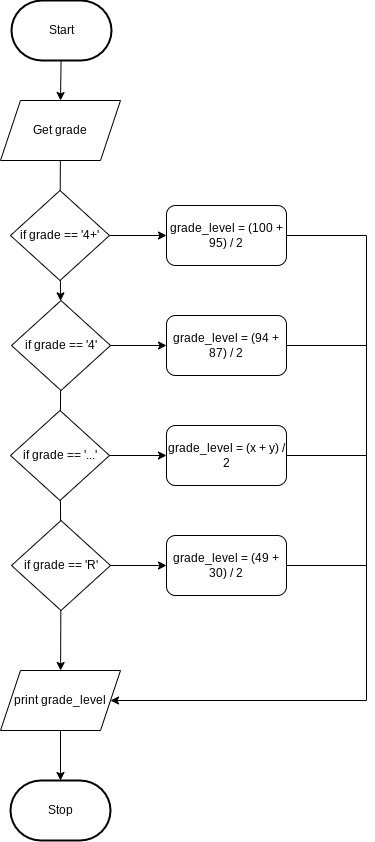
Before: Drawio/FlowChart.png, a diagram exported from draw.io (JacksonNaufal/ICS3U-Unit5-04-Python). Source tidied: cells renumbered, new cells last; positions are measured from the earlier drawing's top-left corner, leaving out a move shared by most shapes.
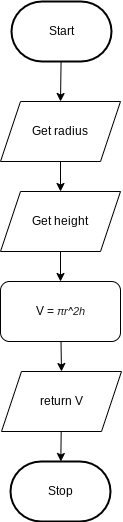
The same diagram one commit later.

Change to the diagram source:
```diff
@@ -9,90 +9,31 @@
       <mxGeometry x="11" width="100" height="60" as="geometry" />
     </mxCell>
     <mxCell id="4" value="Stop" style="strokeWidth=2;html=1;shape=mxgraph.flowchart.terminator;whiteSpace=wrap;rounded=1;" parent="1" vertex="1">
-      <mxGeometry x="10" y="780" width="100" height="60" as="geometry" />
+      <mxGeometry x="10" y="460" width="100" height="60" as="geometry" />
     </mxCell>
     <mxCell id="5" style="edgeStyle=none;html=1;startArrow=none;" parent="1" edge="1" source="6" target="4">
       <mxGeometry relative="1" as="geometry" />
     </mxCell>
-    <mxCell id="6" value="&lt;font style=&quot;font-size: 12px&quot;&gt;print grade_level&lt;/font&gt;" style="shape=parallelogram;perimeter=parallelogramPerimeter;whiteSpace=wrap;html=1;fixedSize=1;fontSize=8;" parent="1" vertex="1">
-      <mxGeometry y="670" width="120" height="60" as="geometry" />
+    <mxCell id="6" value="&lt;font style=&quot;font-size: 12px&quot;&gt;return V&lt;/font&gt;" style="shape=parallelogram;perimeter=parallelogramPerimeter;whiteSpace=wrap;html=1;fixedSize=1;fontSize=8;" parent="1" vertex="1">
+      <mxGeometry x="1" y="370" width="120" height="60" as="geometry" />
     </mxCell>
+    <mxCell id="29" style="edgeStyle=none;html=1;fontFamily=Helvetica;fontSize=11;" parent="1" edge="1" source="7" target="31">
+      <mxGeometry relative="1" as="geometry" />
+    </mxCell>
-    <mxCell id="7" value="Get grade" style="shape=parallelogram;perimeter=parallelogramPerimeter;whiteSpace=wrap;html=1;fixedSize=1;" parent="1" vertex="1">
+    <mxCell id="7" value="Get radius" style="shape=parallelogram;perimeter=parallelogramPerimeter;whiteSpace=wrap;html=1;fixedSize=1;" parent="1" vertex="1">
       <mxGeometry y="100" width="120" height="60" as="geometry" />
     </mxCell>
-    <mxCell id="8" style="edgeStyle=none;html=1;" parent="1" edge="1" source="10" target="14">
-      <mxGeometry relative="1" as="geometry" />
-    </mxCell>
-    <mxCell id="9" style="edgeStyle=none;html=1;" parent="1" edge="1" source="10" target="21">
-      <mxGeometry relative="1" as="geometry" />
-    </mxCell>
-    <mxCell id="10" value="if grade == '4+'" style="rhombus;whiteSpace=wrap;html=1;" parent="1" vertex="1">
-      <mxGeometry x="10" y="190" width="99" height="90" as="geometry" />
-    </mxCell>
-    <mxCell id="11" style="edgeStyle=none;html=1;endArrow=none;" parent="1" edge="1" source="7" target="10">
-      <mxGeometry relative="1" as="geometry" />
-    </mxCell>
-    <mxCell id="12" style="edgeStyle=none;html=1;" parent="1" edge="1" source="14" target="23">
-      <mxGeometry relative="1" as="geometry" />
-    </mxCell>
-    <mxCell id="13" style="edgeStyle=none;rounded=0;html=1;endArrow=none;endFill=0;" parent="1" edge="1" source="14" target="20">
-      <mxGeometry relative="1" as="geometry" />
-    </mxCell>
-    <mxCell id="14" value="if grade == '4'" style="rhombus;whiteSpace=wrap;html=1;" parent="1" vertex="1">
-      <mxGeometry x="11" y="300" width="99" height="90" as="geometry" />
-    </mxCell>
-    <mxCell id="15" style="edgeStyle=none;html=1;" parent="1" edge="1" source="17" target="25">
-      <mxGeometry relative="1" as="geometry" />
-    </mxCell>
-    <mxCell id="16" style="edgeStyle=none;rounded=0;html=1;endArrow=classic;endFill=1;" parent="1" edge="1" source="17" target="6">
-      <mxGeometry relative="1" as="geometry" />
-    </mxCell>
-    <mxCell id="17" value="if grade == 'R'" style="rhombus;whiteSpace=wrap;html=1;" parent="1" vertex="1">
-      <mxGeometry x="11" y="520" width="99" height="90" as="geometry" />
-    </mxCell>
-    <mxCell id="18" style="edgeStyle=none;html=1;" parent="1" edge="1" source="20" target="28">
-      <mxGeometry relative="1" as="geometry" />
-    </mxCell>
-    <mxCell id="19" style="edgeStyle=none;rounded=0;html=1;endArrow=none;endFill=0;" parent="1" edge="1" source="20" target="17">
-      <mxGeometry relative="1" as="geometry" />
-    </mxCell>
-    <mxCell id="20" value="if grade == '...'" style="rhombus;whiteSpace=wrap;html=1;" parent="1" vertex="1">
-      <mxGeometry x="10" y="410" width="99" height="90" as="geometry" />
-    </mxCell>
+    <mxCell id="26" style="edgeStyle=none;html=1;entryX=0.5;entryY=0;entryDx=0;entryDy=0;fontFamily=Helvetica;fontSize=11;" parent="1" edge="1" source="21" target="6">
+      <mxGeometry relative="1" as="geometry" />
+    </mxCell>
-    <mxCell id="21" value="grade_level = (100 + 95) / 2" style="rounded=1;whiteSpace=wrap;html=1;" parent="1" vertex="1">
-      <mxGeometry x="166" y="205" width="120" height="60" as="geometry" />
+    <mxCell id="21" value="V =&amp;nbsp;&lt;span style=&quot;color: rgb(32 , 33 , 36) ; font-style: italic ; background-color: rgb(255 , 255 , 255)&quot;&gt;&lt;font style=&quot;font-size: 11px&quot;&gt;πr^2h&lt;/font&gt;&lt;/span&gt;" style="rounded=1;whiteSpace=wrap;html=1;" parent="1" vertex="1">
+      <mxGeometry y="280" width="120" height="60" as="geometry" />
     </mxCell>
-    <mxCell id="22" style="edgeStyle=none;rounded=0;html=1;endArrow=none;endFill=0;" parent="1" edge="1" source="23">
-      <mxGeometry relative="1" as="geometry">
-        <mxPoint x="366" y="345" as="targetPoint" />
-      </mxGeometry>
-    </mxCell>
-    <mxCell id="23" value="grade_level = (94 + 87) / 2" style="rounded=1;whiteSpace=wrap;html=1;" parent="1" vertex="1">
-      <mxGeometry x="166" y="315" width="120" height="60" as="geometry" />
-    </mxCell>
-    <mxCell id="24" style="edgeStyle=none;rounded=0;html=1;endArrow=none;endFill=0;" parent="1" edge="1" source="25">
-      <mxGeometry relative="1" as="geometry">
-        <mxPoint x="366" y="565" as="targetPoint" />
-      </mxGeometry>
-    </mxCell>
-    <mxCell id="25" value="grade_level = (49 + 30) / 2" style="rounded=1;whiteSpace=wrap;html=1;" parent="1" vertex="1">
-      <mxGeometry x="166" y="535" width="120" height="60" as="geometry" />
-    </mxCell>
-    <mxCell id="26" style="edgeStyle=none;html=1;entryX=1;entryY=0.5;entryDx=0;entryDy=0;rounded=0;exitX=1;exitY=0.5;exitDx=0;exitDy=0;" parent="1" edge="1" source="21" target="6">
-      <mxGeometry relative="1" as="geometry">
-        <Array as="points">
-          <mxPoint x="366" y="235" />
-          <mxPoint x="366" y="700" />
-        </Array>
-      </mxGeometry>
-    </mxCell>
-    <mxCell id="27" style="edgeStyle=none;rounded=0;html=1;endArrow=none;endFill=0;" parent="1" edge="1" source="28">
-      <mxGeometry relative="1" as="geometry">
-        <mxPoint x="366" y="455" as="targetPoint" />
-      </mxGeometry>
-    </mxCell>
-    <mxCell id="28" value="grade_level = (x + y) / 2" style="rounded=1;whiteSpace=wrap;html=1;" parent="1" vertex="1">
-      <mxGeometry x="166" y="425" width="120" height="60" as="geometry" />
-    </mxCell>
+    <mxCell id="30" style="edgeStyle=none;html=1;fontFamily=Helvetica;fontSize=11;" parent="1" edge="1" source="31" target="21">
+      <mxGeometry relative="1" as="geometry" />
+    </mxCell>
+    <mxCell id="31" value="Get height" style="shape=parallelogram;perimeter=parallelogramPerimeter;whiteSpace=wrap;html=1;fixedSize=1;" parent="1" vertex="1">
+      <mxGeometry y="190" width="120" height="60" as="geometry" />
+    </mxCell>
   </root>
 </mxGraphModel>
```
